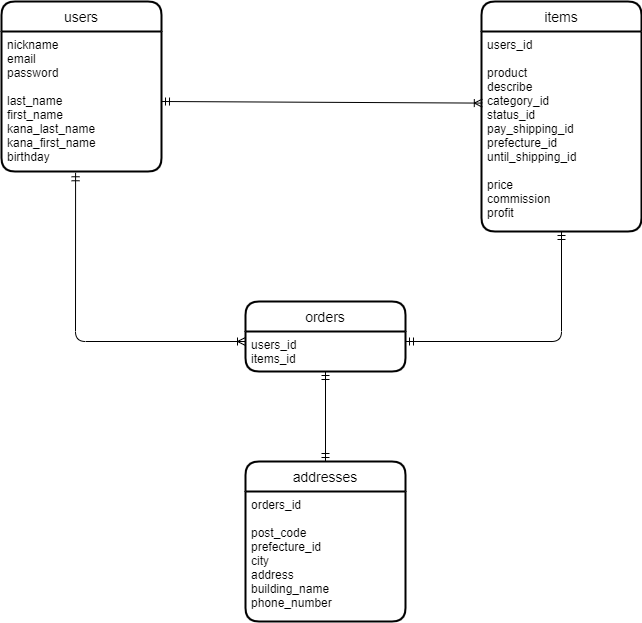
Before: ER.drawio.png, a diagram exported from draw.io (pom-suke/furima-39635). Source tidied: cells renumbered, new cells last; positions are measured from the earlier drawing's top-left corner, leaving out a move shared by most shapes.
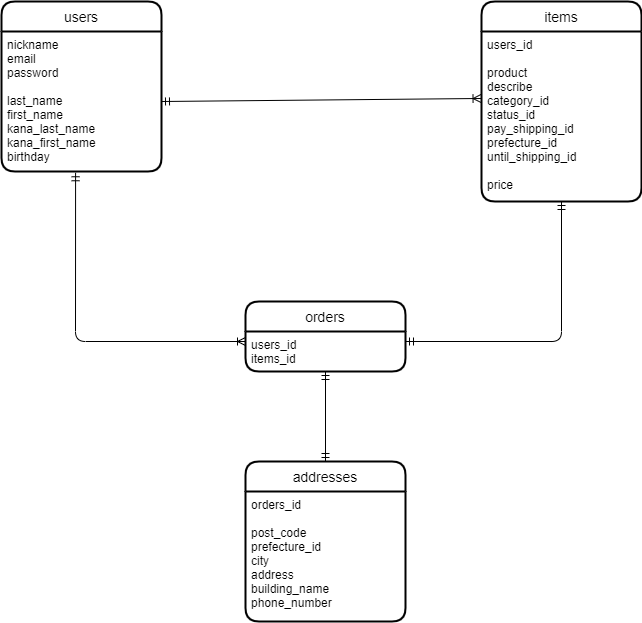
After the change.

Commit message:
データベース設計(修正3)

What changed in the source:
```diff
@@ -9,10 +9,10 @@
       <mxGeometry y="30" width="160" height="140" as="geometry" />
     </mxCell>
     <mxCell id="4" value="items" style="swimlane;horizontal=1;startSize=30;rounded=1;fontSize=14;fontStyle=0;strokeWidth=2;shadow=0;dashed=0;align=center;" parent="1" vertex="1">
-      <mxGeometry x="480" width="160" height="230" as="geometry" />
+      <mxGeometry x="480" width="160" height="200" as="geometry" />
     </mxCell>
-    <mxCell id="5" value="users_id&#10;&#10;product&#10;describe&#10;category_id&#10;status_id&#10;pay_shipping_id&#10;prefecture_id&#10;until_shipping_id&#10;&#10;price&#10;commission&#10;profit" style="align=left;strokeColor=none;fillColor=none;spacingLeft=4;fontSize=12;verticalAlign=top;" parent="4" vertex="1">
-      <mxGeometry y="30" width="160" height="200" as="geometry" />
+    <mxCell id="5" value="users_id&#10;&#10;product&#10;describe&#10;category_id&#10;status_id&#10;pay_shipping_id&#10;prefecture_id&#10;until_shipping_id&#10;&#10;price" style="align=left;strokeColor=none;fillColor=none;spacingLeft=4;fontSize=12;verticalAlign=top;" parent="4" vertex="1">
+      <mxGeometry y="30" width="160" height="170" as="geometry" />
     </mxCell>
     <mxCell id="6" value="orders" style="swimlane;horizontal=1;startSize=30;rounded=1;fontSize=14;fontStyle=0;strokeWidth=2;shadow=0;dashed=0;align=center;" parent="1" vertex="1">
       <mxGeometry x="244" y="300" width="160" height="70" as="geometry" />
@@ -43,7 +43,7 @@
         </Array>
       </mxGeometry>
     </mxCell>
-    <mxCell id="13" style="fontSize=12;html=1;endArrow=ERoneToMany;startArrow=ERmandOne;jumpSize=7;exitX=1;exitY=0.5;exitDx=0;exitDy=0;entryX=0.005;entryY=0.358;entryDx=0;entryDy=0;entryPerimeter=0;" parent="1" edge="1" source="3" target="5">
+    <mxCell id="13" style="fontSize=12;html=1;endArrow=ERoneToMany;startArrow=ERmandOne;jumpSize=7;exitX=1;exitY=0.5;exitDx=0;exitDy=0;entryX=-0.003;entryY=0.394;entryDx=0;entryDy=0;entryPerimeter=0;" parent="1" edge="1" source="3" target="5">
       <mxGeometry relative="1" as="geometry" />
     </mxCell>
   </root>
```
